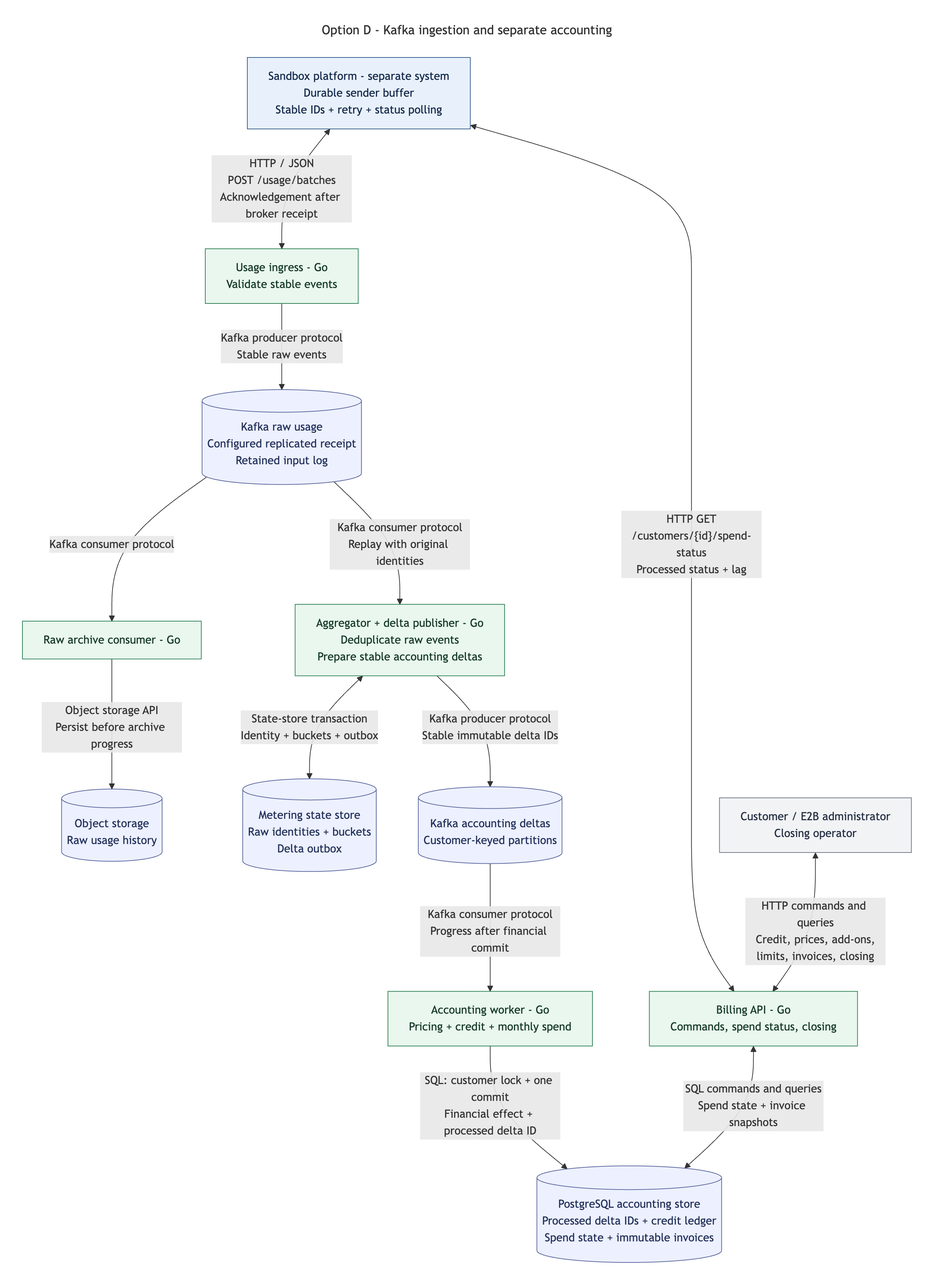
Before: docs/diagrams/option-d-components/option-d-components.png, a diagram exported from Mermaid (pupitooo/e2b-billing-api). Its source is kept beside it as docs/diagrams/option-d-components/option-d-components.mmd. The source it was exported from:
```mermaid
---
title: Option D - Kafka ingestion and separate accounting
config:
  layout: dagre
  flowchart:
    wrappingWidth: 300
    nodeSpacing: 60
    rankSpacing: 75
---
flowchart TB
    platform["Sandbox platform - separate system<br/>Durable sender buffer<br/>Stable IDs + retry + status polling"]
    ingress["Usage ingress - Go<br/>Validate stable events"]
    raw[("Kafka raw usage<br/>Configured replicated receipt<br/>Retained input log")]
    archiveConsumer["Raw archive consumer - Go"]
    archive[("Object storage<br/>Raw usage history")]
    aggregator["Aggregator + delta publisher - Go<br/>Deduplicate raw events<br/>Prepare stable accounting deltas"]
    metering[("Metering state store<br/>Raw identities + buckets<br/>Delta outbox")]
    deltas[("Kafka accounting deltas<br/>Customer-keyed partitions")]
    worker["Accounting worker - Go<br/>Pricing + credit + monthly spend"]
    accounting[("PostgreSQL accounting store<br/>Processed delta IDs + credit ledger<br/>Spend state + immutable invoices")]
    api["Billing API - Go<br/>Commands, spend status, closing"]
    callers["Customer / E2B administrator<br/>Closing operator"]

    platform <-->|"HTTP / JSON<br/>POST /usage/batches<br/>Acknowledgement after broker receipt"| ingress
    ingress -->|"Kafka producer protocol<br/>Stable raw events"| raw
    raw -->|"Kafka consumer protocol"| archiveConsumer
    archiveConsumer -->|"Object storage API<br/>Persist before archive progress"| archive
    raw -->|"Kafka consumer protocol<br/>Replay with original identities"| aggregator
    aggregator <-->|"State-store transaction<br/>Identity + buckets + outbox"| metering
    aggregator -->|"Kafka producer protocol<br/>Stable immutable delta IDs"| deltas
    deltas -->|"Kafka consumer protocol<br/>Progress after financial commit"| worker
    worker -->|"SQL: customer lock + one commit<br/>Financial effect + processed delta ID"| accounting
    api <-->|"SQL commands and queries<br/>Spend state + invoice snapshots"| accounting
    platform <-->|"HTTP GET<br/>/customers/{id}/spend-status<br/>Processed status + lag"| api
    callers <-->|"HTTP commands and queries<br/>Credit, prices, add-ons,<br/>limits, invoices, closing"| api

    classDef platformNode fill:#e8f1fb,stroke:#31588a,color:#172b4d;
    classDef goModule fill:#e9f7ee,stroke:#287d4e,color:#173b28;
    classDef storedData fill:#edf0ff,stroke:#56649c,color:#24335c;
    classDef actor fill:#f2f3f5,stroke:#6b7280,color:#253044;
    class platform platformNode;
    class ingress,archiveConsumer,aggregator,worker,api goModule;
    class raw,archive,metering,deltas,accounting storedData;
    class callers actor;
```
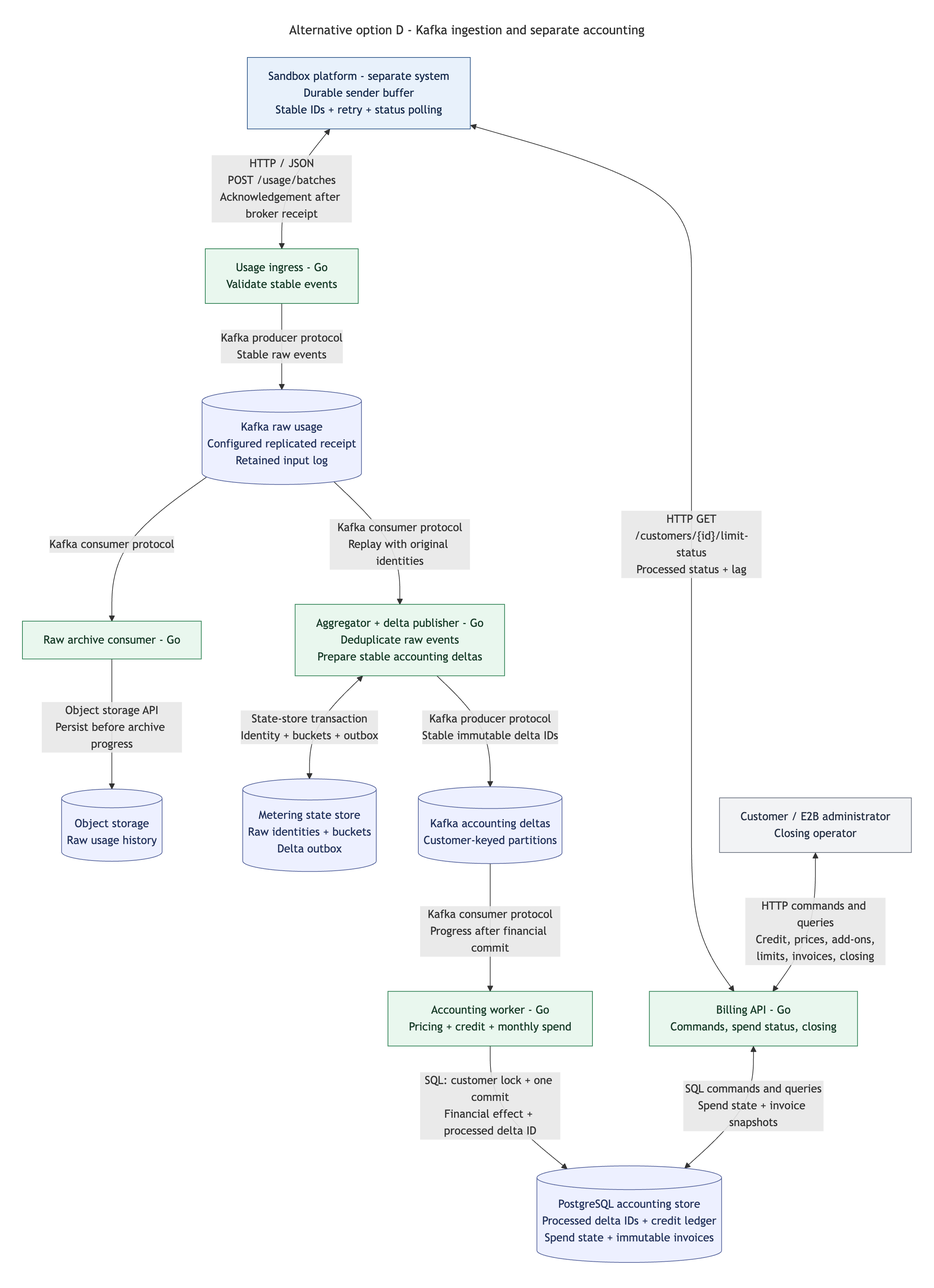
After the commit.

The edit, as a diff of the source:
```diff
@@ -1,5 +1,5 @@
 ---
-title: Option D - Kafka ingestion and separate accounting
+title: Alternative option D - Kafka ingestion and separate accounting
 config:
   layout: dagre
   flowchart:
@@ -31,7 +31,7 @@
     deltas -->|"Kafka consumer protocol<br/>Progress after financial commit"| worker
     worker -->|"SQL: customer lock + one commit<br/>Financial effect + processed delta ID"| accounting
     api <-->|"SQL commands and queries<br/>Spend state + invoice snapshots"| accounting
-    platform <-->|"HTTP GET<br/>/customers/{id}/spend-status<br/>Processed status + lag"| api
+    platform <-->|"HTTP GET<br/>/customers/{id}/limit-status<br/>Processed status + lag"| api
     callers <-->|"HTTP commands and queries<br/>Credit, prices, add-ons,<br/>limits, invoices, closing"| api
 
     classDef platformNode fill:#e8f1fb,stroke:#31588a,color:#172b4d;
```
